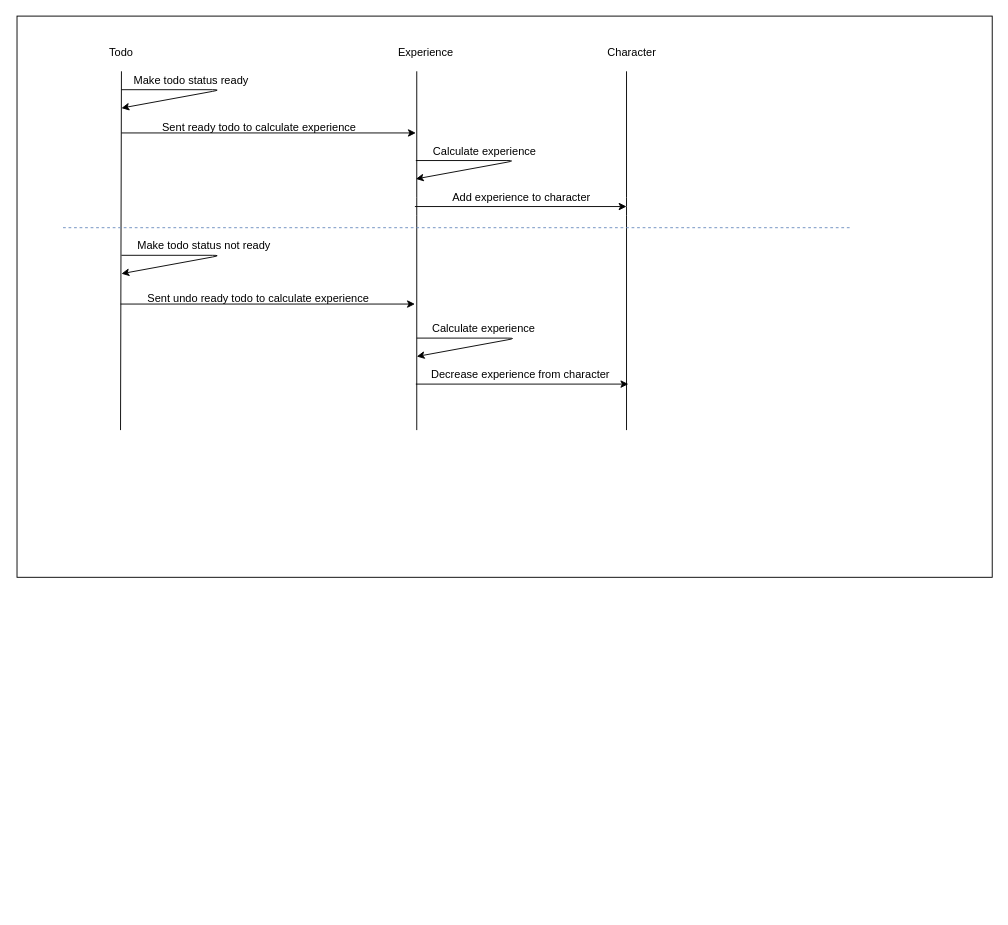
FedosovMax/diagrams keeps this draw.io diagram as experience moving.drawio. Above is the earlier version. Source tidied: cells renumbered, new cells numbered last; positions are measured from the earlier drawing's top-left corner, leaving out a move shared by most shapes. Both pictures are drawn from the tidied source at 92%, with x=0, y=0 at pixel (17, 16).
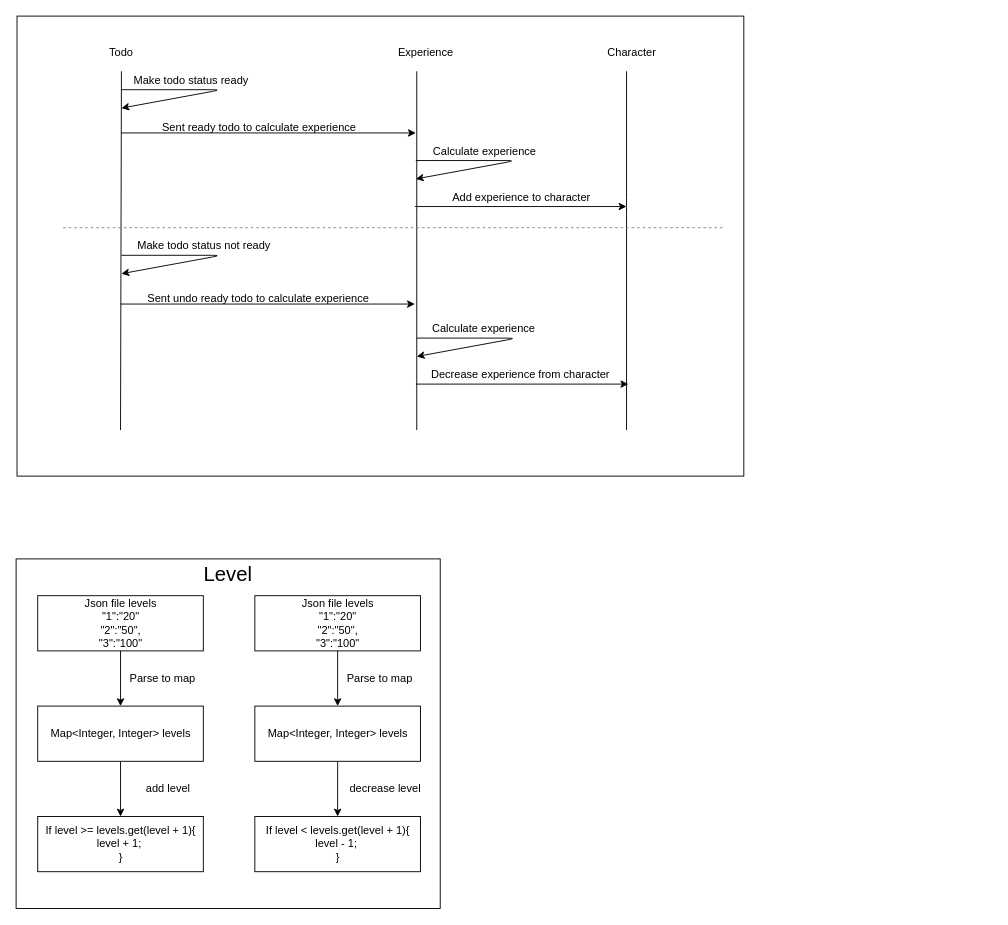
The same page after the edit.

Change to the diagram source:
```diff
@@
+    <mxCell id="26" style="rounded=0;whiteSpace=wrap;html=1;" parent="1" vertex="1">
+      <mxGeometry x="-1" y="590" width="461" height="380" as="geometry" />
+    </mxCell>
     <mxCell id="2" style="rounded=0;whiteSpace=wrap;html=1;" parent="1" vertex="1">
-      <mxGeometry width="1060" height="610" as="geometry" />
+      <mxGeometry width="790" height="500" as="geometry" />
     </mxCell>
@@
     <mxCell id="25" style="endArrow=none;dashed=1;html=1;fillColor=#dae8fc;strokeColor=#6c8ebf;" parent="1" edge="1">
       <mxGeometry relative="1" as="geometry">
         <mxPoint x="50" y="230" as="sourcePoint" />
-        <mxPoint x="906" y="230" as="targetPoint" />
+        <mxPoint x="770" y="230" as="targetPoint" />
       </mxGeometry>
     </mxCell>
+    <mxCell id="27" style="edgeStyle=orthogonalEdgeStyle;rounded=0;jettySize=auto;html=1;" parent="1" edge="1" source="28" target="30">
+      <mxGeometry relative="1" as="geometry" />
+    </mxCell>
+    <mxCell id="28" value="Map&amp;lt;Integer, Integer&amp;gt; levels" style="rounded=0;whiteSpace=wrap;html=1;" parent="1" vertex="1">
+      <mxGeometry x="22.5" y="750" width="180" height="60" as="geometry" />
+    </mxCell>
+    <mxCell id="29" value="&lt;font style=&quot;font-size: 22px&quot;&gt;Level&lt;/font&gt;" style="text;html=1;align=center;verticalAlign=middle;" parent="1" vertex="1">
+      <mxGeometry x="193.5" y="598" width="70" height="20" as="geometry" />
+    </mxCell>
+    <mxCell id="30" value="If level &amp;gt;= levels.get(level + 1){&lt;br&gt;level + 1;&amp;nbsp;&lt;br&gt;}" style="rounded=0;whiteSpace=wrap;html=1;" parent="1" vertex="1">
+      <mxGeometry x="22.5" y="870" width="180" height="60" as="geometry" />
+    </mxCell>
+    <mxCell id="31" style="edgeStyle=orthogonalEdgeStyle;rounded=0;jettySize=auto;html=1;" parent="1" edge="1" source="32" target="28">
+      <mxGeometry relative="1" as="geometry" />
+    </mxCell>
+    <mxCell id="32" value="Json file levels&lt;br&gt;&quot;1&quot;:&quot;20&quot;&lt;br&gt;&quot;2&quot;:&quot;50&quot;,&lt;br&gt;&quot;3&quot;:&quot;100&quot;" style="rounded=0;whiteSpace=wrap;html=1;" parent="1" vertex="1">
+      <mxGeometry x="22.5" y="630" width="180" height="60" as="geometry" />
+    </mxCell>
+    <mxCell id="33" value="Parse to map" style="text;html=1;align=center;verticalAlign=middle;" parent="1" vertex="1">
+      <mxGeometry x="113" y="710" width="90" height="20" as="geometry" />
+    </mxCell>
+    <mxCell id="34" value="add level" style="text;html=1;align=center;verticalAlign=middle;" parent="1" vertex="1">
+      <mxGeometry x="133.5" y="830" width="60" height="20" as="geometry" />
+    </mxCell>
+    <mxCell id="35" style="edgeStyle=orthogonalEdgeStyle;rounded=0;jettySize=auto;html=1;" parent="1" edge="1" source="36" target="37">
+      <mxGeometry relative="1" as="geometry" />
+    </mxCell>
+    <mxCell id="36" value="Map&amp;lt;Integer, Integer&amp;gt; levels" style="rounded=0;whiteSpace=wrap;html=1;" parent="1" vertex="1">
+      <mxGeometry x="258.5" y="750" width="180" height="60" as="geometry" />
+    </mxCell>
+    <mxCell id="37" value="If level &amp;lt; levels.get(level + 1){&lt;br&gt;level - 1;&amp;nbsp;&lt;br&gt;}" style="rounded=0;whiteSpace=wrap;html=1;" parent="1" vertex="1">
+      <mxGeometry x="258.5" y="870" width="180" height="60" as="geometry" />
+    </mxCell>
+    <mxCell id="38" style="edgeStyle=orthogonalEdgeStyle;rounded=0;jettySize=auto;html=1;" parent="1" edge="1" source="39" target="36">
+      <mxGeometry relative="1" as="geometry" />
+    </mxCell>
+    <mxCell id="39" value="Json file levels&lt;br&gt;&quot;1&quot;:&quot;20&quot;&lt;br&gt;&quot;2&quot;:&quot;50&quot;,&lt;br&gt;&quot;3&quot;:&quot;100&quot;" style="rounded=0;whiteSpace=wrap;html=1;" parent="1" vertex="1">
+      <mxGeometry x="258.5" y="630" width="180" height="60" as="geometry" />
+    </mxCell>
+    <mxCell id="40" value="Parse to map" style="text;html=1;align=center;verticalAlign=middle;" parent="1" vertex="1">
+      <mxGeometry x="349" y="710" width="90" height="20" as="geometry" />
+    </mxCell>
+    <mxCell id="41" value="decrease level" style="text;html=1;align=center;verticalAlign=middle;" parent="1" vertex="1">
+      <mxGeometry x="354.5" y="830" width="90" height="20" as="geometry" />
+    </mxCell>
```
